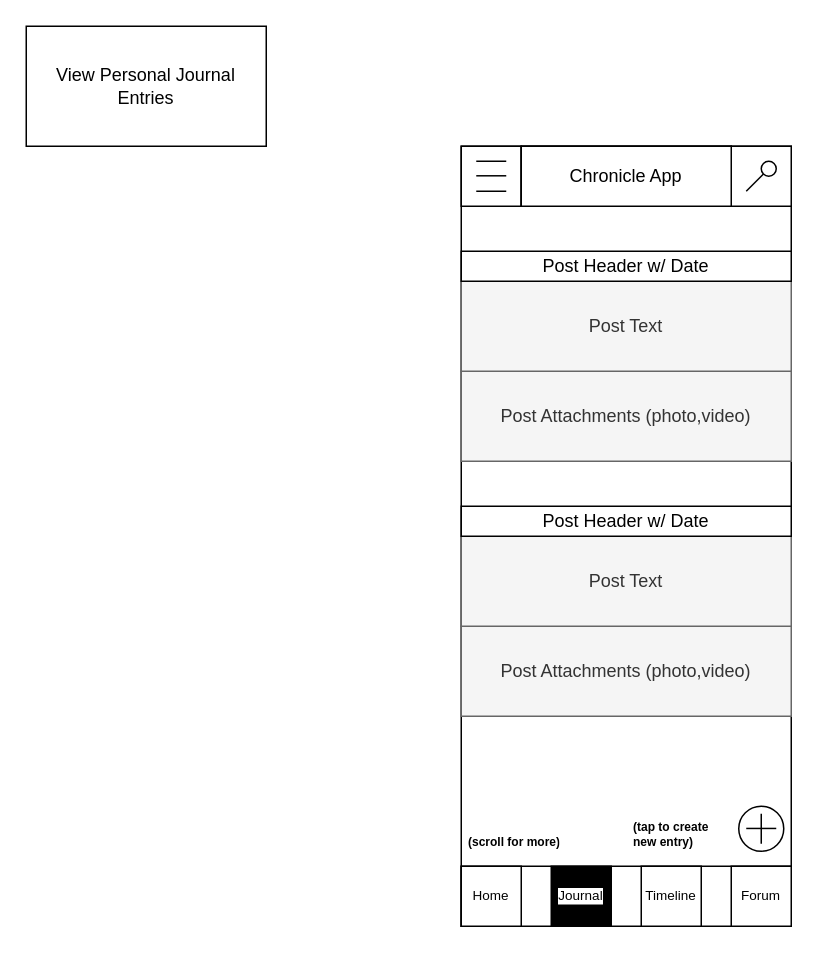
Earlier version of the draw.io diagram page "ViewJournal" (6 of 15) of Chronicle_Initial_App_Wireframe_Designs.drawio (Vaibhav-G-Parmar/Chronicle-Your-Ultimate-Travel-Companion). Source tidied: cells renumbered, new cells numbered last; positions are measured from the earlier drawing's top-left corner, leaving out a move shared by most shapes. Both pictures are drawn from the tidied source at 150%, with x=0, y=0 at pixel (26, 26).
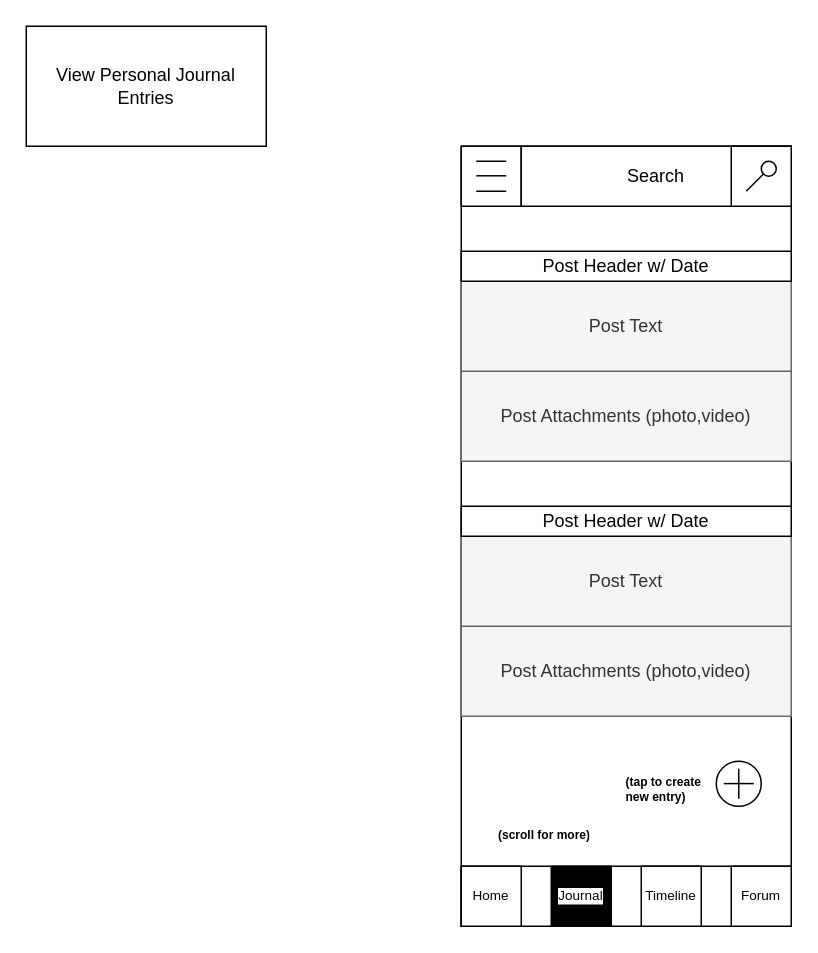
After the change.

The edit, as a diff of the source:
```diff
@@
-    <mxCell id="12" value="&lt;span style=&quot;color: rgba(0, 0, 0, 0); font-family: monospace; font-size: 0px; text-align: start;&quot;&gt;Ch&lt;/span&gt;" style="rounded=0;whiteSpace=wrap;html=1;" parent="1" vertex="1">
-      <mxGeometry x="330" y="80" width="140" height="40" as="geometry" />
+    <mxCell id="12" value="Search" style="rounded=0;whiteSpace=wrap;html=1;" parent="1" vertex="1">
+      <mxGeometry x="330" y="80" width="180" height="40" as="geometry" />
     </mxCell>
@@
     <mxCell id="22" style="ellipse;whiteSpace=wrap;html=1;" parent="1" vertex="1">
-      <mxGeometry x="475" y="520" width="30" height="30" as="geometry" />
+      <mxGeometry x="460" y="490" width="30" height="30" as="geometry" />
     </mxCell>
     <mxCell id="23" style="endArrow=none;html=1;rounded=0;" parent="1" edge="1">
       <mxGeometry relative="1" as="geometry">
-        <mxPoint x="490" y="545" as="sourcePoint" />
-        <mxPoint x="490" y="525" as="targetPoint" />
+        <mxPoint x="475" y="515" as="sourcePoint" />
+        <mxPoint x="475" y="495" as="targetPoint" />
       </mxGeometry>
     </mxCell>
     <mxCell id="24" style="endArrow=none;html=1;rounded=0;" parent="1" edge="1">
       <mxGeometry relative="1" as="geometry">
-        <mxPoint x="480" y="534.8" as="sourcePoint" />
-        <mxPoint x="500" y="534.8" as="targetPoint" />
+        <mxPoint x="465" y="504.9" as="sourcePoint" />
+        <mxPoint x="485" y="504.9" as="targetPoint" />
       </mxGeometry>
     </mxCell>
     <mxCell id="25" value="&lt;h1 style=&quot;font-size: 8px;&quot;&gt;(scroll for more)&lt;/h1&gt;" style="text;html=1;strokeColor=none;fillColor=none;spacing=5;spacingTop=0;whiteSpace=wrap;overflow=hidden;rounded=0;fontSize=8;" parent="1" vertex="1">
-      <mxGeometry x="290" y="525" width="70" height="30" as="geometry" />
+      <mxGeometry x="310" y="520" width="70" height="30" as="geometry" />
     </mxCell>
     <mxCell id="26" value="&lt;h1 style=&quot;font-size: 8px;&quot;&gt;(tap to create new entry)&lt;/h1&gt;" style="text;html=1;strokeColor=none;fillColor=none;spacing=5;spacingTop=0;whiteSpace=wrap;overflow=hidden;rounded=0;fontSize=8;" parent="1" vertex="1">
-      <mxGeometry x="400" y="515" width="70" height="40" as="geometry" />
+      <mxGeometry x="395" y="485" width="70" height="40" as="geometry" />
     </mxCell>
@@
-    <mxCell id="28" value="Chronicle App" style="rounded=0;whiteSpace=wrap;html=1;align=center;" parent="1" vertex="1">
-      <mxGeometry x="330" y="80" width="140" height="40" as="geometry" />
-    </mxCell>
```
